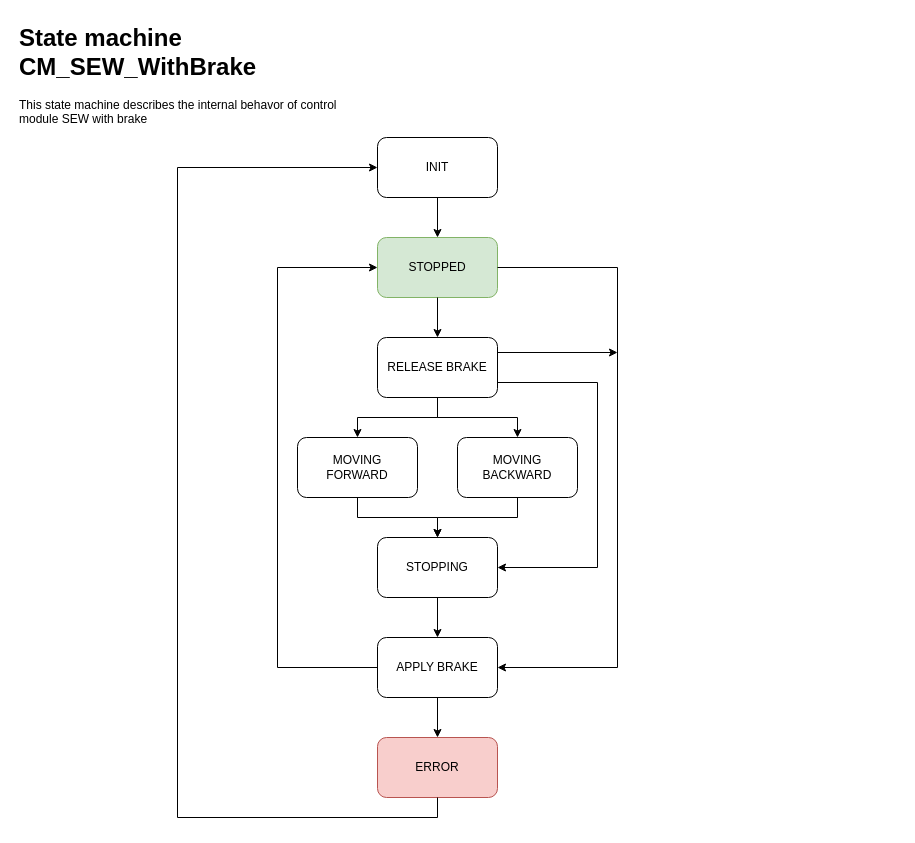
This is page "CM_SEW_WithBrake" (8 of 8) of Documentation/StateMachine and Sequence Diagrams.drawio from KMWE/KMWE_CleanroomConnect, a draw.io file, before an edit. Source tidied: cells renumbered, new cells numbered last; positions are measured from the earlier drawing's top-left corner, leaving out a move shared by most shapes. Both pictures are drawn from the tidied source at 100%, with x=0, y=0 at pixel (17, 17).
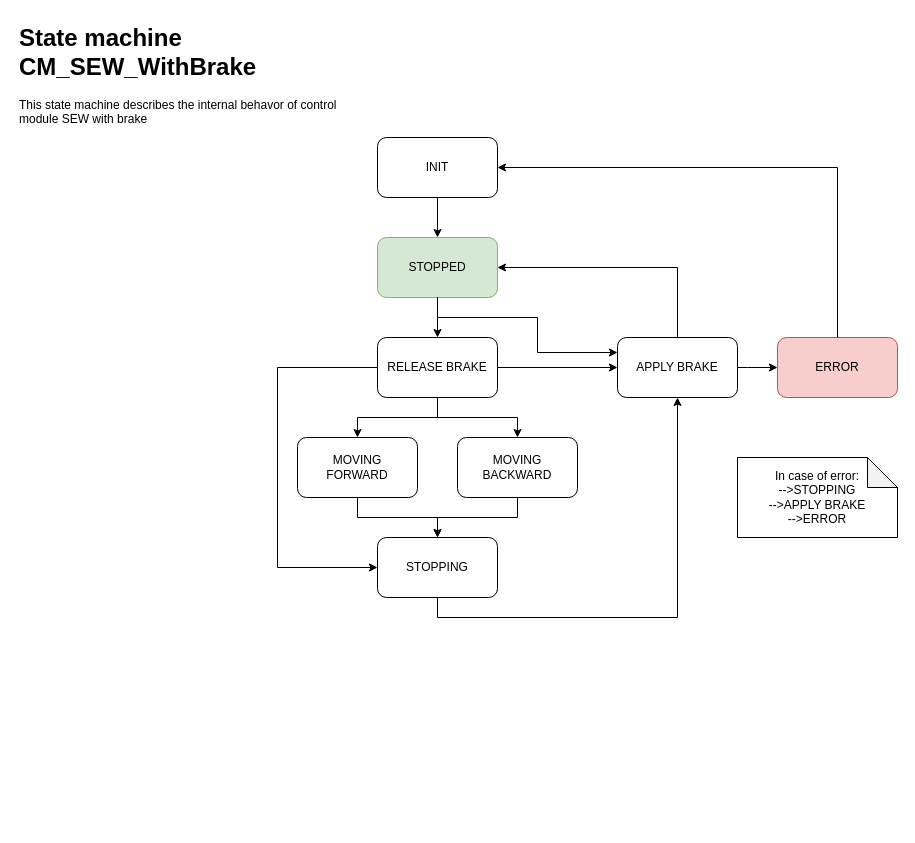
After the change.

Unchanged cells that the change refers to:
```xml
<mxCell id="4" value="STOPPING" style="rounded=1;whiteSpace=wrap;html=1;" parent="1" vertex="1">
  <mxGeometry x="360" y="520" width="120" height="60" as="geometry" />
</mxCell>
<mxCell id="6" value="STOPPED" style="rounded=1;whiteSpace=wrap;html=1;fillColor=#d5e8d4;strokeColor=#82b366;" parent="1" vertex="1">
  <mxGeometry x="360" y="220" width="120" height="60" as="geometry" />
</mxCell>
<mxCell id="7" value="RELEASE BRAKE" style="rounded=1;whiteSpace=wrap;html=1;" parent="1" vertex="1">
  <mxGeometry x="360" y="320" width="120" height="60" as="geometry" />
</mxCell>
<mxCell id="8" value="INIT" style="rounded=1;whiteSpace=wrap;html=1;" parent="1" vertex="1">
  <mxGeometry x="360" y="120" width="120" height="60" as="geometry" />
</mxCell>
```

What changed in the source:
```diff
@@
     <mxCell id="5" value="APPLY BRAKE" style="rounded=1;whiteSpace=wrap;html=1;" parent="1" vertex="1">
-      <mxGeometry x="360" y="620" width="120" height="60" as="geometry" />
+      <mxGeometry x="600" y="320" width="120" height="60" as="geometry" />
     </mxCell>
@@
-    <mxCell id="9" style="endArrow=classic;html=1;rounded=0;entryX=0;entryY=0.5;entryDx=0;entryDy=0;exitX=0;exitY=0.5;exitDx=0;exitDy=0;edgeStyle=orthogonalEdgeStyle;" parent="1" edge="1" source="5" target="6">
+    <mxCell id="9" style="endArrow=classic;html=1;rounded=0;edgeStyle=orthogonalEdgeStyle;" parent="1" edge="1" source="5" target="6">
       <mxGeometry relative="1" as="geometry">
         <Array as="points">
-          <mxPoint x="260" y="650" />
-          <mxPoint x="260" y="250" />
+          <mxPoint x="660" y="250" />
         </Array>
       </mxGeometry>
     </mxCell>
@@
-    <mxCell id="16" style="endArrow=classic;html=1;rounded=0;exitX=0.5;exitY=1;exitDx=0;exitDy=0;entryX=0.5;entryY=0;entryDx=0;entryDy=0;" parent="1" edge="1" source="4" target="5">
-      <mxGeometry relative="1" as="geometry" />
+    <mxCell id="16" style="endArrow=classic;html=1;rounded=0;exitX=0.5;exitY=1;exitDx=0;exitDy=0;edgeStyle=orthogonalEdgeStyle;" parent="1" edge="1" source="4" target="5">
+      <mxGeometry relative="1" as="geometry">
+        <Array as="points">
+          <mxPoint x="420" y="600" />
+          <mxPoint x="660" y="600" />
+        </Array>
+      </mxGeometry>
     </mxCell>
     <mxCell id="17" value="ERROR" style="rounded=1;whiteSpace=wrap;html=1;fillColor=#f8cecc;strokeColor=#b85450;" parent="1" vertex="1">
-      <mxGeometry x="360" y="720" width="120" height="60" as="geometry" />
+      <mxGeometry x="760" y="320" width="120" height="60" as="geometry" />
     </mxCell>
-    <mxCell id="18" style="endArrow=classic;html=1;rounded=0;entryX=0;entryY=0.5;entryDx=0;entryDy=0;exitX=0.5;exitY=1;exitDx=0;exitDy=0;edgeStyle=orthogonalEdgeStyle;" parent="1" edge="1" source="17" target="8">
+    <mxCell id="18" style="endArrow=classic;html=1;rounded=0;edgeStyle=orthogonalEdgeStyle;" parent="1" edge="1" source="17" target="8">
       <mxGeometry relative="1" as="geometry">
         <Array as="points">
-          <mxPoint x="420" y="800" />
-          <mxPoint x="160" y="800" />
-          <mxPoint x="160" y="150" />
+          <mxPoint x="820" y="150" />
         </Array>
       </mxGeometry>
     </mxCell>
-    <mxCell id="19" style="endArrow=classic;html=1;rounded=0;entryX=1;entryY=0.5;entryDx=0;entryDy=0;edgeStyle=elbowEdgeStyle;exitX=1;exitY=0.5;exitDx=0;exitDy=0;" parent="1" edge="1" source="6" target="5">
+    <mxCell id="19" style="endArrow=classic;html=1;rounded=0;edgeStyle=orthogonalEdgeStyle;exitX=0.5;exitY=1;exitDx=0;exitDy=0;entryX=0;entryY=0.25;entryDx=0;entryDy=0;" parent="1" edge="1" source="6" target="5">
       <mxGeometry relative="1" as="geometry">
         <Array as="points">
-          <mxPoint x="600" y="450" />
+          <mxPoint x="420" y="300" />
+          <mxPoint x="520" y="300" />
+          <mxPoint x="520" y="335" />
         </Array>
       </mxGeometry>
     </mxCell>
-    <mxCell id="20" style="endArrow=classic;html=1;rounded=0;entryX=1;entryY=0.5;entryDx=0;entryDy=0;edgeStyle=elbowEdgeStyle;exitX=1;exitY=0.75;exitDx=0;exitDy=0;" parent="1" edge="1" source="7" target="4">
+    <mxCell id="20" style="endArrow=classic;html=1;rounded=0;edgeStyle=elbowEdgeStyle;" parent="1" edge="1" source="7" target="4">
       <mxGeometry relative="1" as="geometry">
         <Array as="points">
-          <mxPoint x="580" y="450" />
+          <mxPoint x="260" y="430" />
         </Array>
       </mxGeometry>
     </mxCell>
-    <mxCell id="21" style="endArrow=classic;html=1;rounded=0;exitX=0.5;exitY=1;exitDx=0;exitDy=0;entryX=0.5;entryY=0;entryDx=0;entryDy=0;" parent="1" edge="1" source="5" target="17">
-      <mxGeometry relative="1" as="geometry" />
+    <mxCell id="21" style="endArrow=classic;html=1;rounded=0;edgeStyle=orthogonalEdgeStyle;" parent="1" edge="1" source="5" target="17">
+      <mxGeometry relative="1" as="geometry">
+        <Array as="points">
+          <mxPoint x="730" y="350" />
+          <mxPoint x="730" y="350" />
+        </Array>
+      </mxGeometry>
     </mxCell>
@@
-    <mxCell id="23" style="endArrow=classic;html=1;rounded=0;exitX=1;exitY=0.25;exitDx=0;exitDy=0;" parent="1" edge="1" source="7">
-      <mxGeometry relative="1" as="geometry">
-        <mxPoint x="600" y="335" as="targetPoint" />
-      </mxGeometry>
+    <mxCell id="23" style="endArrow=classic;html=1;rounded=0;" parent="1" edge="1" source="7" target="5">
+      <mxGeometry relative="1" as="geometry" />
     </mxCell>
+    <mxCell id="24" value="In case of error:&lt;br&gt;--&amp;gt;STOPPING&lt;div&gt;--&amp;gt;APPLY BRAKE&lt;/div&gt;&lt;div&gt;--&amp;gt;ERROR&lt;/div&gt;" style="shape=note;whiteSpace=wrap;html=1;backgroundOutline=1;darkOpacity=0.05;" parent="1" vertex="1">
+      <mxGeometry x="720" y="440" width="160" height="80" as="geometry" />
+    </mxCell>
```
